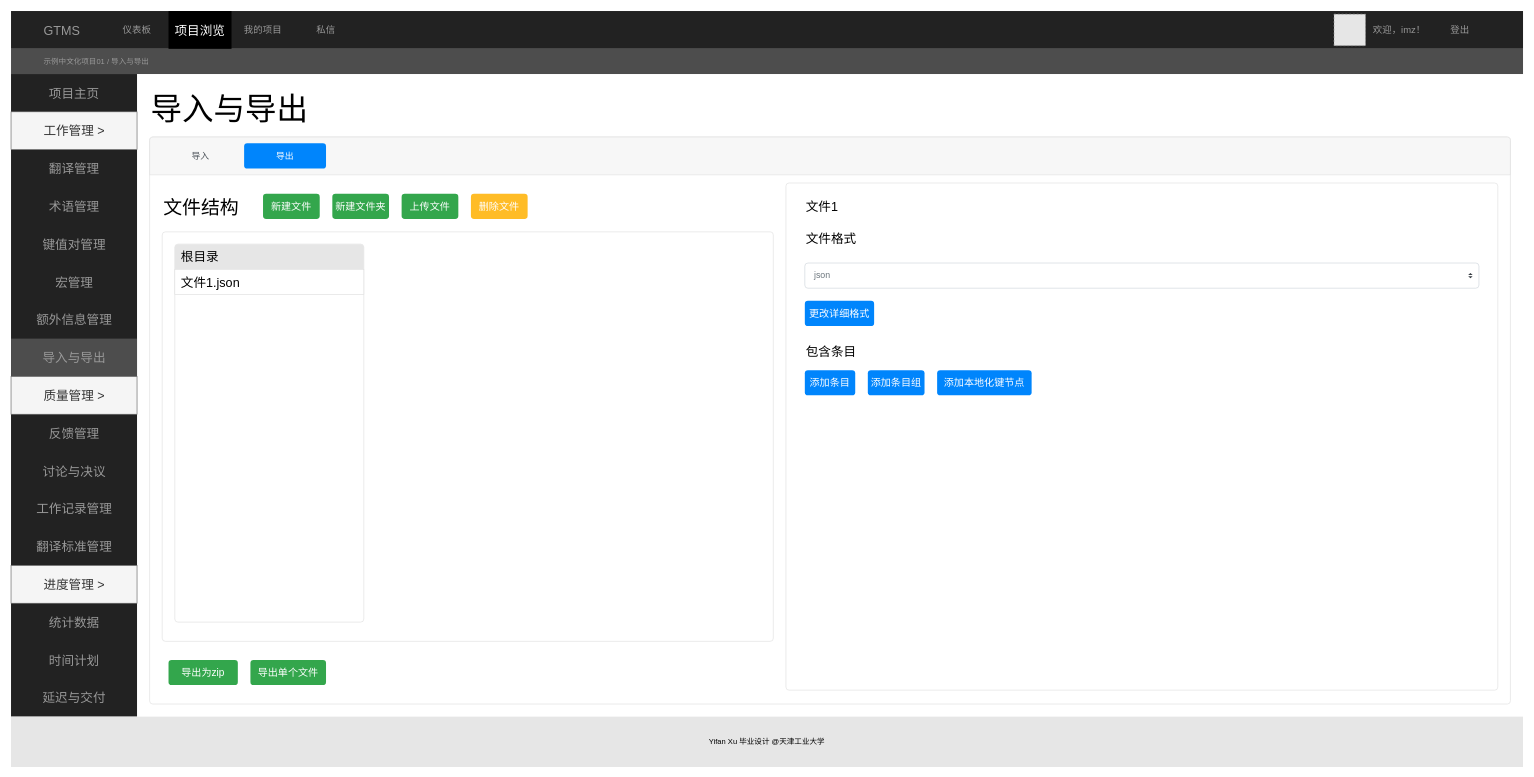
icemeowzhi/bach_final_diags keeps this draw.io diagram as 导入与导出界面.drawio. Above is the earlier version. Source tidied: cells renumbered, new cells numbered last; positions are measured from the earlier drawing's top-left corner, leaving out a move shared by most shapes. Both pictures are drawn from the tidied source at 63%, with x=0, y=0 at pixel (11, 11). Pictures stored in the file or linked from it are replaced by grey dashed boxes.
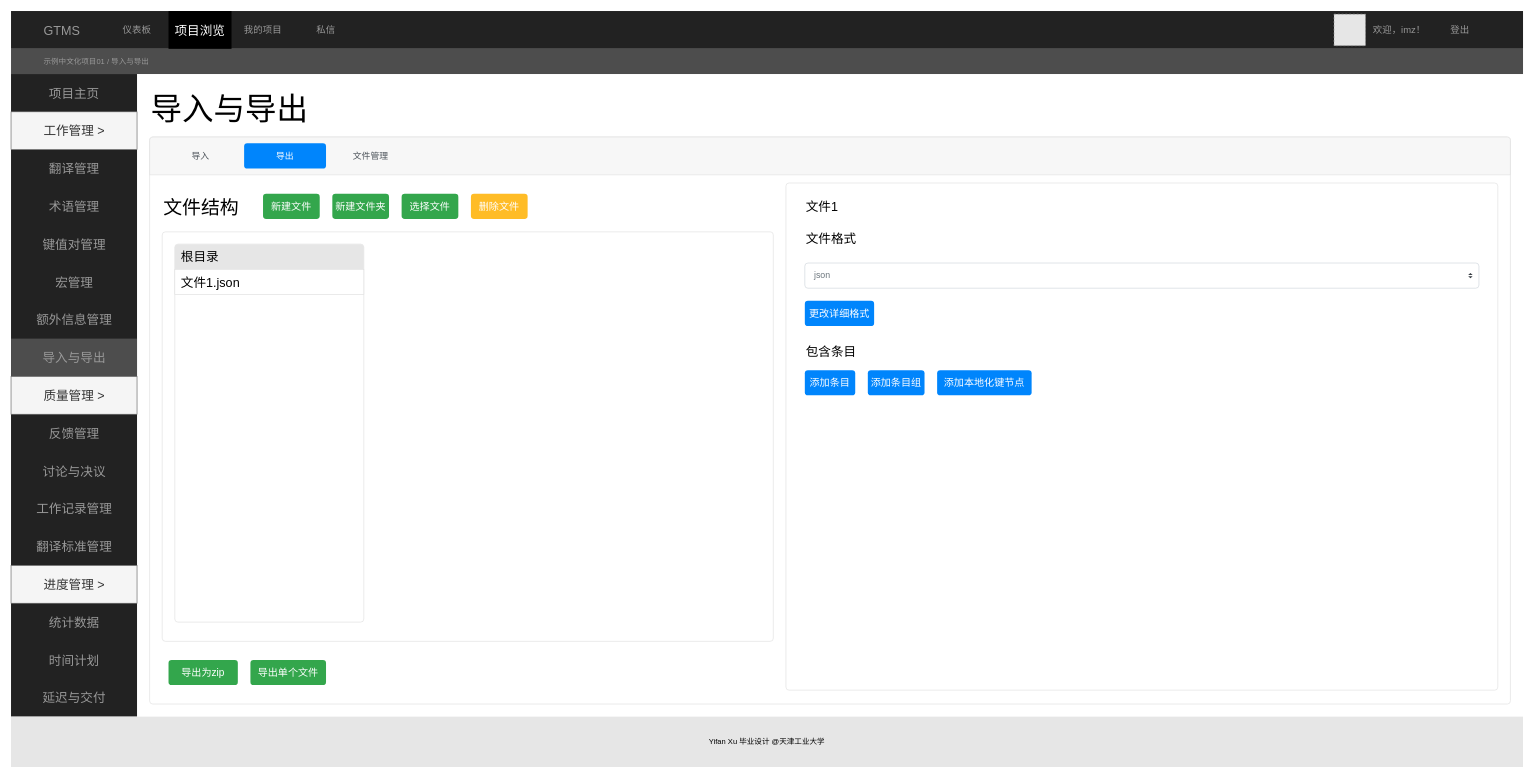
The same page after the edit.

Commit message:
更新导入与导出界面.drawio

Unchanged cells that the change refers to:
```xml
<mxCell id="33" style="html=1;shadow=0;dashed=0;shape=mxgraph.bootstrap.rrect;rSize=5;strokeColor=#DFDFDF;html=1;whiteSpace=wrap;fillColor=#FFFFFF;fontColor=#000000;" parent="1" vertex="1">
  <mxGeometry x="220" y="200" width="2160" height="900" as="geometry" />
</mxCell>
```

Change to the diagram source:
```diff
@@
-    <mxCell id="45" value="上传文件" style="html=1;shadow=0;dashed=0;shape=mxgraph.bootstrap.rrect;rSize=5;strokeColor=none;strokeWidth=1;fillColor=#33A64C;fontColor=#FFFFFF;whiteSpace=wrap;align=center;verticalAlign=middle;spacingLeft=0;fontStyle=0;fontSize=16;spacing=5;" parent="33" vertex="1">
+    <mxCell id="45" value="选择文件" style="html=1;shadow=0;dashed=0;shape=mxgraph.bootstrap.rrect;rSize=5;strokeColor=none;strokeWidth=1;fillColor=#33A64C;fontColor=#FFFFFF;whiteSpace=wrap;align=center;verticalAlign=middle;spacingLeft=0;fontStyle=0;fontSize=16;spacing=5;" parent="33" vertex="1">
       <mxGeometry x="400" y="90" width="90" height="40" as="geometry" />
     </mxCell>
@@
+    <mxCell id="59" value="文件管理" style="strokeColor=none;fillColor=none;rSize=5;perimeter=none;whiteSpace=wrap;align=center;spacing=20;fontSize=14;fontColor=#0085FC;fontColor=#4B5259;" parent="33" vertex="1">
+      <mxGeometry x="280" y="10" width="142" height="40" as="geometry" />
+    </mxCell>
```
